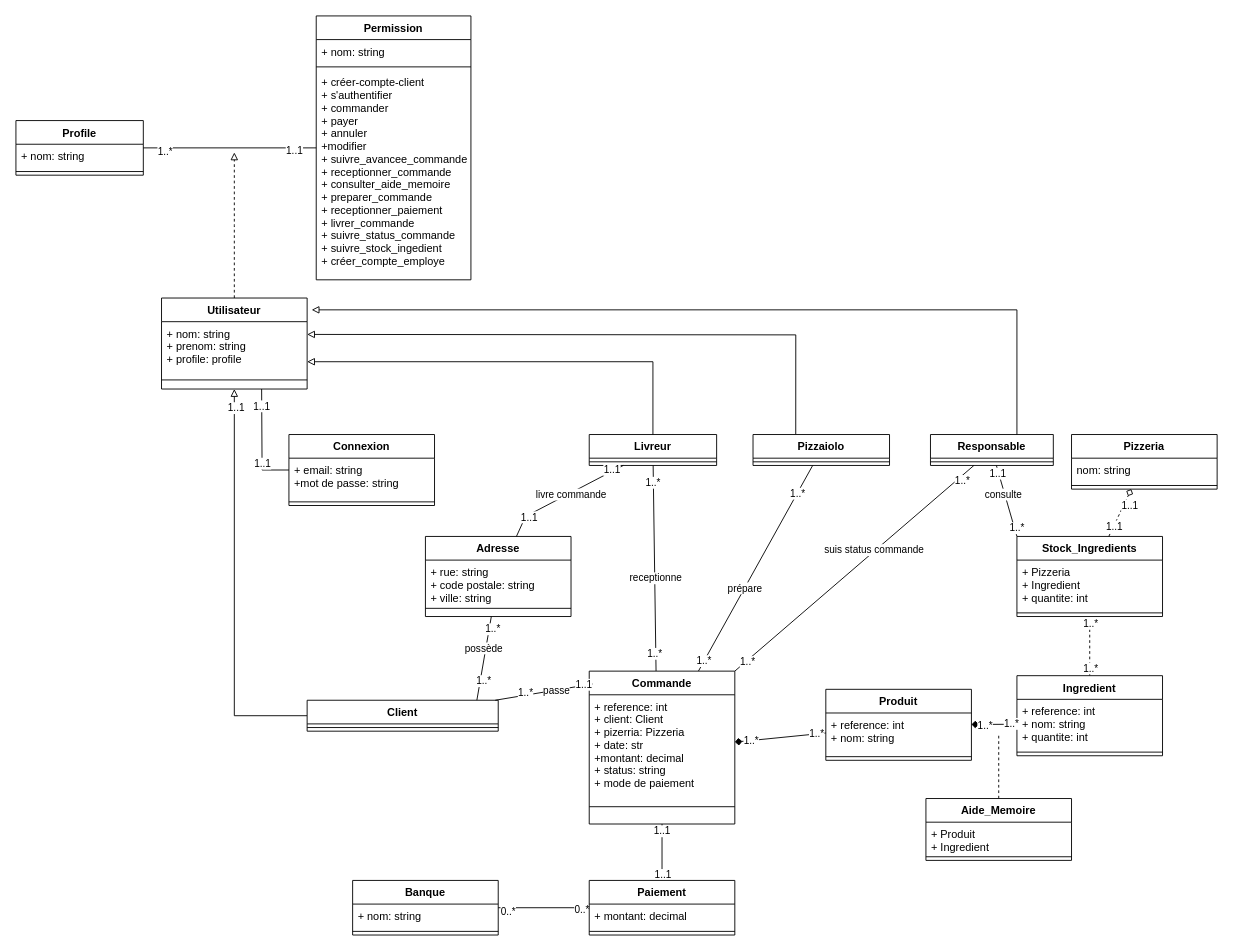
The draw.io diagram documentation/diagrameDeClasses1.drawio in jbbaillet85/OCpizzas, before the edit. Source tidied: cells renumbered, new cells numbered last; positions are measured from the earlier drawing's top-left corner, leaving out a move shared by most shapes. Both pictures are drawn from the tidied source at 91%, with x=0, y=0 at pixel (15, 15).
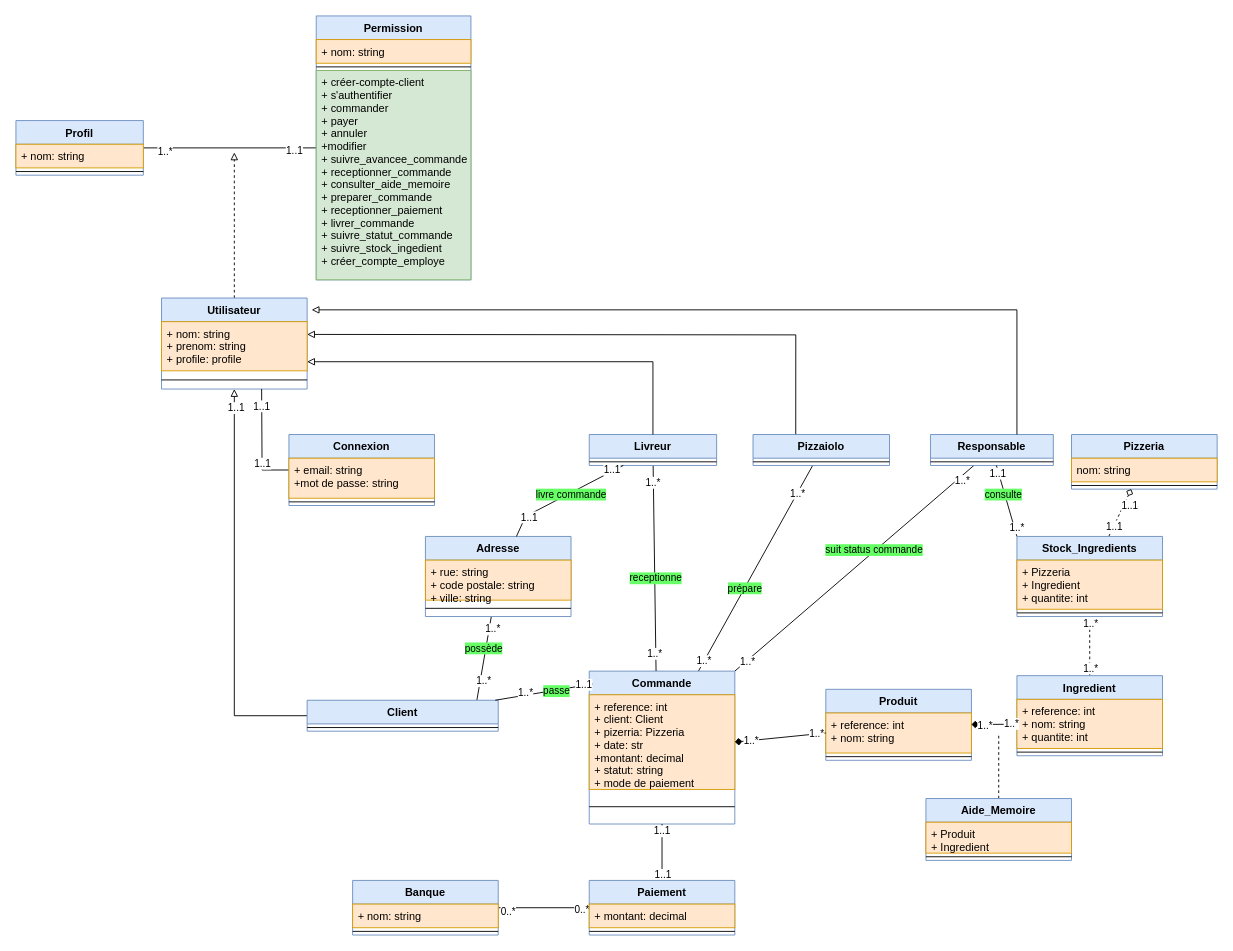
The same diagram, later.

The change refers to these unchanged cells:
```xml
<mxCell id="8" style="edgeStyle=none;rounded=0;jettySize=auto;html=1;exitX=0.888;exitY=0.008;exitDx=0;exitDy=0;endArrow=none;endFill=0;exitPerimeter=0;" parent="1" edge="1" source="12" target="14">
  <mxGeometry relative="1" as="geometry" />
</mxCell>
<mxCell id="17" style="edgeStyle=none;rounded=0;jettySize=auto;html=1;exitX=0.75;exitY=0;exitDx=0;exitDy=0;endArrow=none;endFill=0;" parent="1" edge="1" source="25" target="56">
  <mxGeometry relative="1" as="geometry" />
</mxCell>
<mxCell id="21" style="edgeStyle=none;rounded=0;jettySize=auto;html=1;exitX=1;exitY=0;exitDx=0;exitDy=0;endArrow=none;endFill=0;" parent="1" edge="1" source="25" target="58">
  <mxGeometry relative="1" as="geometry" />
</mxCell>
<mxCell id="50" style="edgeStyle=none;rounded=0;jettySize=auto;html=1;entryX=0.459;entryY=-0.001;entryDx=0;entryDy=0;entryPerimeter=0;endArrow=none;endFill=0;" parent="1" edge="1" source="54" target="25">
  <mxGeometry relative="1" as="geometry" />
</mxCell>
<mxCell id="63" style="edgeStyle=none;rounded=0;jettySize=auto;html=1;exitX=0;exitY=0;exitDx=0;exitDy=0;endArrow=none;endFill=0;" parent="1" edge="1" source="67" target="58">
  <mxGeometry relative="1" as="geometry" />
</mxCell>
<mxCell id="82" style="edgeStyle=none;rounded=0;jettySize=auto;html=1;entryX=0.024;entryY=0.084;entryDx=0;entryDy=0;entryPerimeter=0;endArrow=none;endFill=0;" parent="1" edge="1" source="12" target="25">
  <mxGeometry relative="1" as="geometry" />
</mxCell>
<mxCell id="86" style="edgeStyle=none;rounded=0;jettySize=auto;html=1;endArrow=none;endFill=0;" parent="1" edge="1" source="54" target="14">
  <mxGeometry relative="1" as="geometry">
    <Array as="points">
      <mxPoint x="560" y="550" />
    </Array>
  </mxGeometry>
</mxCell>
```

What changed in the source:
```diff
@@
-    <mxCell id="5" value="Utilisateur" style="swimlane;fontStyle=1;align=center;verticalAlign=top;horizontal=1;startSize=26;" parent="1" vertex="1">
+    <mxCell id="5" value="Utilisateur" style="swimlane;fontStyle=1;align=center;verticalAlign=top;horizontal=1;startSize=26;fillColor=#dae8fc;strokeColor=#6c8ebf;" parent="1" vertex="1">
       <mxGeometry x="160" y="310" width="160" height="100" as="geometry" />
     </mxCell>
-    <mxCell id="6" value="+ nom: string&#10;+ prenom: string&#10;+ profile: profile" style="text;strokeColor=none;fillColor=none;align=left;verticalAlign=top;spacingLeft=4;spacingRight=4;overflow=hidden;" parent="5" vertex="1">
+    <mxCell id="6" value="+ nom: string&#10;+ prenom: string&#10;+ profile: profile" style="text;strokeColor=#d79b00;fillColor=#ffe6cc;align=left;verticalAlign=top;spacingLeft=4;spacingRight=4;overflow=hidden;" parent="5" vertex="1">
       <mxGeometry y="26" width="160" height="54" as="geometry" />
     </mxCell>
@@
-    <mxCell id="11" value="possède" style="edgeLabel;html=1;align=center;verticalAlign=middle;" parent="8" vertex="1">
+    <mxCell id="11" value="possède" style="edgeLabel;html=1;align=center;verticalAlign=middle;labelBackgroundColor=#66FF66;" parent="8" vertex="1">
       <mxGeometry x="0.23" y="3" relative="1" as="geometry" />
     </mxCell>
-    <mxCell id="12" value="Client" style="swimlane;fontStyle=1;align=center;verticalAlign=top;horizontal=1;startSize=26;" parent="1" vertex="1">
+    <mxCell id="12" value="Client" style="swimlane;fontStyle=1;align=center;verticalAlign=top;horizontal=1;startSize=26;fillColor=#dae8fc;strokeColor=#6c8ebf;" parent="1" vertex="1">
       <mxGeometry x="320" y="752" width="210" height="34" as="geometry" />
     </mxCell>
@@
-    <mxCell id="14" value="Adresse" style="swimlane;fontStyle=1;align=center;verticalAlign=top;horizontal=1;startSize=26;" parent="1" vertex="1">
+    <mxCell id="14" value="Adresse" style="swimlane;fontStyle=1;align=center;verticalAlign=top;horizontal=1;startSize=26;fillColor=#dae8fc;strokeColor=#6c8ebf;" parent="1" vertex="1">
       <mxGeometry x="450" y="572" width="160" height="88" as="geometry" />
     </mxCell>
-    <mxCell id="15" value="+ rue: string&#10;+ code postale: string&#10;+ ville: string" style="text;strokeColor=none;fillColor=none;align=left;verticalAlign=top;spacingLeft=4;spacingRight=4;overflow=hidden;" parent="14" vertex="1">
+    <mxCell id="15" value="+ rue: string&#10;+ code postale: string&#10;+ ville: string" style="text;strokeColor=#d79b00;fillColor=#ffe6cc;align=left;verticalAlign=top;spacingLeft=4;spacingRight=4;overflow=hidden;" parent="14" vertex="1">
       <mxGeometry y="26" width="160" height="44" as="geometry" />
     </mxCell>
@@
-    <mxCell id="20" value="prépare" style="edgeLabel;html=1;align=center;verticalAlign=middle;" parent="17" vertex="1">
+    <mxCell id="20" value="prépare" style="edgeLabel;html=1;align=center;verticalAlign=middle;labelBackgroundColor=#66FF66;" parent="17" vertex="1">
       <mxGeometry x="-0.19" relative="1" as="geometry" />
     </mxCell>
@@
-    <mxCell id="24" value="suis status commande" style="edgeLabel;html=1;align=center;verticalAlign=middle;" parent="21" vertex="1">
+    <mxCell id="24" value="suit status commande" style="edgeLabel;html=1;align=center;verticalAlign=middle;labelBackgroundColor=#66FF66;" parent="21" vertex="1">
       <mxGeometry x="0.17" y="2" relative="1" as="geometry" />
     </mxCell>
-    <mxCell id="25" value="Commande" style="swimlane;fontStyle=1;align=center;verticalAlign=top;horizontal=1;startSize=26;" parent="1" vertex="1">
+    <mxCell id="25" value="Commande" style="swimlane;fontStyle=1;align=center;verticalAlign=top;horizontal=1;startSize=26;fillColor=#dae8fc;strokeColor=#6c8ebf;" parent="1" vertex="1">
       <mxGeometry x="630" y="720" width="160" height="168" as="geometry" />
     </mxCell>
-    <mxCell id="26" value="+ reference: int&#10;+ client: Client&#10;+ pizerria: Pizzeria&#10;+ date: str&#10;+montant: decimal&#10;+ status: string&#10;+ mode de paiement" style="text;strokeColor=none;fillColor=none;align=left;verticalAlign=top;spacingLeft=4;spacingRight=4;overflow=hidden;points=[[0,0.5],[1,0.5]];portConstraint=eastwest;" parent="25" vertex="1">
+    <mxCell id="26" value="+ reference: int&#10;+ client: Client&#10;+ pizerria: Pizzeria&#10;+ date: str&#10;+montant: decimal&#10;+ statut: string&#10;+ mode de paiement" style="text;strokeColor=#d79b00;fillColor=#ffe6cc;align=left;verticalAlign=top;spacingLeft=4;spacingRight=4;overflow=hidden;points=[[0,0.5],[1,0.5]];portConstraint=eastwest;" parent="25" vertex="1">
       <mxGeometry y="26" width="160" height="104" as="geometry" />
     </mxCell>
@@
-    <mxCell id="28" value="Produit" style="swimlane;fontStyle=1;align=center;verticalAlign=top;horizontal=1;startSize=26;" parent="1" vertex="1">
+    <mxCell id="28" value="Produit" style="swimlane;fontStyle=1;align=center;verticalAlign=top;horizontal=1;startSize=26;fillColor=#dae8fc;strokeColor=#6c8ebf;" parent="1" vertex="1">
       <mxGeometry x="890" y="740" width="160" height="78" as="geometry" />
     </mxCell>
-    <mxCell id="29" value="+ reference: int&#10;+ nom: string" style="text;strokeColor=none;fillColor=none;align=left;verticalAlign=top;spacingLeft=4;spacingRight=4;overflow=hidden;points=[[0,0.5],[1,0.5]];portConstraint=eastwest;" parent="28" vertex="1">
+    <mxCell id="29" value="+ reference: int&#10;+ nom: string" style="text;strokeColor=#d79b00;fillColor=#ffe6cc;align=left;verticalAlign=top;spacingLeft=4;spacingRight=4;overflow=hidden;points=[[0,0.5],[1,0.5]];portConstraint=eastwest;" parent="28" vertex="1">
       <mxGeometry y="26" width="160" height="44" as="geometry" />
     </mxCell>
@@
-    <mxCell id="31" value="Pizzeria" style="swimlane;fontStyle=1;align=center;verticalAlign=top;horizontal=1;startSize=26;" parent="1" vertex="1">
+    <mxCell id="31" value="Pizzeria" style="swimlane;fontStyle=1;align=center;verticalAlign=top;horizontal=1;startSize=26;fillColor=#dae8fc;strokeColor=#6c8ebf;" parent="1" vertex="1">
       <mxGeometry x="1160" y="460" width="160" height="60" as="geometry" />
     </mxCell>
-    <mxCell id="32" value="nom: string" style="text;strokeColor=none;fillColor=none;align=left;verticalAlign=top;spacingLeft=4;spacingRight=4;overflow=hidden;" parent="31" vertex="1">
+    <mxCell id="32" value="nom: string" style="text;strokeColor=#d79b00;fillColor=#ffe6cc;align=left;verticalAlign=top;spacingLeft=4;spacingRight=4;overflow=hidden;" parent="31" vertex="1">
       <mxGeometry y="26" width="160" height="26" as="geometry" />
     </mxCell>
@@
-    <mxCell id="37" value="Ingredient" style="swimlane;fontStyle=1;align=center;verticalAlign=top;horizontal=1;startSize=26;" parent="1" vertex="1">
+    <mxCell id="37" value="Ingredient" style="swimlane;fontStyle=1;align=center;verticalAlign=top;horizontal=1;startSize=26;fillColor=#dae8fc;strokeColor=#6c8ebf;" parent="1" vertex="1">
       <mxGeometry x="1100" y="725" width="160" height="88" as="geometry" />
     </mxCell>
-    <mxCell id="38" value="+ reference: int&#10;+ nom: string&#10;+ quantite: int" style="text;strokeColor=none;fillColor=none;align=left;verticalAlign=top;spacingLeft=4;spacingRight=4;overflow=hidden;points=[[0,0.5],[1,0.5]];portConstraint=eastwest;" parent="37" vertex="1">
+    <mxCell id="38" value="+ reference: int&#10;+ nom: string&#10;+ quantite: int" style="text;strokeColor=#d79b00;fillColor=#ffe6cc;align=left;verticalAlign=top;spacingLeft=4;spacingRight=4;overflow=hidden;points=[[0,0.5],[1,0.5]];portConstraint=eastwest;" parent="37" vertex="1">
       <mxGeometry y="26" width="160" height="54" as="geometry" />
     </mxCell>
@@
-    <mxCell id="41" value="Aide_Memoire" style="swimlane;fontStyle=1;align=center;verticalAlign=top;horizontal=1;startSize=26;" parent="1" vertex="1">
+    <mxCell id="41" value="Aide_Memoire" style="swimlane;fontStyle=1;align=center;verticalAlign=top;horizontal=1;startSize=26;fillColor=#dae8fc;strokeColor=#6c8ebf;" parent="1" vertex="1">
       <mxGeometry x="1000" y="860" width="160" height="68" as="geometry" />
     </mxCell>
-    <mxCell id="42" value="+ Produit&#10;+ Ingredient" style="text;strokeColor=none;fillColor=none;align=left;verticalAlign=top;spacingLeft=4;spacingRight=4;overflow=hidden;" parent="41" vertex="1">
+    <mxCell id="42" value="+ Produit&#10;+ Ingredient" style="text;strokeColor=#d79b00;fillColor=#ffe6cc;align=left;verticalAlign=top;spacingLeft=4;spacingRight=4;overflow=hidden;" parent="41" vertex="1">
       <mxGeometry y="26" width="160" height="34" as="geometry" />
     </mxCell>
@@
-    <mxCell id="47" value="Banque" style="swimlane;fontStyle=1;align=center;verticalAlign=top;horizontal=1;startSize=26;" parent="1" vertex="1">
+    <mxCell id="47" value="Banque" style="swimlane;fontStyle=1;align=center;verticalAlign=top;horizontal=1;startSize=26;fillColor=#dae8fc;strokeColor=#6c8ebf;" parent="1" vertex="1">
       <mxGeometry x="370" y="950" width="160" height="60" as="geometry" />
     </mxCell>
-    <mxCell id="48" value="+ nom: string" style="text;strokeColor=none;fillColor=none;align=left;verticalAlign=top;spacingLeft=4;spacingRight=4;overflow=hidden;" parent="47" vertex="1">
+    <mxCell id="48" value="+ nom: string" style="text;strokeColor=#d79b00;fillColor=#ffe6cc;align=left;verticalAlign=top;spacingLeft=4;spacingRight=4;overflow=hidden;" parent="47" vertex="1">
       <mxGeometry y="26" width="160" height="26" as="geometry" />
     </mxCell>
@@
-    <mxCell id="52" value="receptionne" style="edgeLabel;html=1;align=center;verticalAlign=middle;" parent="50" vertex="1">
+    <mxCell id="52" value="receptionne" style="edgeLabel;html=1;align=center;verticalAlign=middle;labelBackgroundColor=#66FF66;" parent="50" vertex="1">
       <mxGeometry x="0.1" y="1" relative="1" as="geometry" />
     </mxCell>
@@
-    <mxCell id="54" value="Livreur" style="swimlane;fontStyle=1;align=center;verticalAlign=top;horizontal=1;startSize=26;" parent="1" vertex="1">
+    <mxCell id="54" value="Livreur" style="swimlane;fontStyle=1;align=center;verticalAlign=top;horizontal=1;startSize=26;fillColor=#dae8fc;strokeColor=#6c8ebf;" parent="1" vertex="1">
       <mxGeometry x="630" y="460" width="140" height="34" as="geometry" />
     </mxCell>
@@
-    <mxCell id="56" value="Pizzaiolo" style="swimlane;fontStyle=1;align=center;verticalAlign=top;horizontal=1;startSize=26;" parent="1" vertex="1">
+    <mxCell id="56" value="Pizzaiolo" style="swimlane;fontStyle=1;align=center;verticalAlign=top;horizontal=1;startSize=26;fillColor=#dae8fc;strokeColor=#6c8ebf;" parent="1" vertex="1">
       <mxGeometry x="810" y="460" width="150" height="34" as="geometry" />
     </mxCell>
@@
-    <mxCell id="58" value="Responsable" style="swimlane;fontStyle=1;align=center;verticalAlign=top;horizontal=1;startSize=26;" parent="1" vertex="1">
+    <mxCell id="58" value="Responsable" style="swimlane;fontStyle=1;align=center;verticalAlign=top;horizontal=1;startSize=26;fillColor=#dae8fc;strokeColor=#6c8ebf;" parent="1" vertex="1">
       <mxGeometry x="1005" y="460" width="135" height="34" as="geometry" />
     </mxCell>
@@
-    <mxCell id="66" value="consulte" style="edgeLabel;html=1;align=center;verticalAlign=middle;" parent="63" vertex="1">
+    <mxCell id="66" value="consulte" style="edgeLabel;html=1;align=center;verticalAlign=middle;labelBackgroundColor=#66FF66;" parent="63" vertex="1">
       <mxGeometry x="0.21" y="2" relative="1" as="geometry" />
     </mxCell>
-    <mxCell id="67" value="Stock_Ingredients" style="swimlane;fontStyle=1;align=center;verticalAlign=top;horizontal=1;startSize=26;" parent="1" vertex="1">
+    <mxCell id="67" value="Stock_Ingredients" style="swimlane;fontStyle=1;align=center;verticalAlign=top;horizontal=1;startSize=26;fillColor=#dae8fc;strokeColor=#6c8ebf;" parent="1" vertex="1">
       <mxGeometry x="1100" y="572" width="160" height="88" as="geometry" />
     </mxCell>
-    <mxCell id="68" value="+ Pizzeria&#10;+ Ingredient&#10;+ quantite: int" style="text;strokeColor=none;fillColor=none;align=left;verticalAlign=top;spacingLeft=4;spacingRight=4;overflow=hidden;" parent="67" vertex="1">
+    <mxCell id="68" value="+ Pizzeria&#10;+ Ingredient&#10;+ quantite: int" style="text;strokeColor=#d79b00;fillColor=#ffe6cc;align=left;verticalAlign=top;spacingLeft=4;spacingRight=4;overflow=hidden;" parent="67" vertex="1">
       <mxGeometry y="26" width="160" height="54" as="geometry" />
     </mxCell>
@@
-    <mxCell id="73" value="Paiement" style="swimlane;fontStyle=1;align=center;verticalAlign=top;horizontal=1;startSize=26;" parent="1" vertex="1">
+    <mxCell id="73" value="Paiement" style="swimlane;fontStyle=1;align=center;verticalAlign=top;horizontal=1;startSize=26;fillColor=#dae8fc;strokeColor=#6c8ebf;" parent="1" vertex="1">
       <mxGeometry x="630" y="950" width="160" height="60" as="geometry" />
     </mxCell>
-    <mxCell id="74" value="+ montant: decimal" style="text;strokeColor=none;fillColor=none;align=left;verticalAlign=top;spacingLeft=4;spacingRight=4;overflow=hidden;" parent="73" vertex="1">
+    <mxCell id="74" value="+ montant: decimal" style="text;strokeColor=#d79b00;fillColor=#ffe6cc;align=left;verticalAlign=top;spacingLeft=4;spacingRight=4;overflow=hidden;" parent="73" vertex="1">
       <mxGeometry y="26" width="160" height="26" as="geometry" />
     </mxCell>
@@
-    <mxCell id="85" value="passe" style="edgeLabel;html=1;align=center;verticalAlign=middle;" parent="82" vertex="1">
+    <mxCell id="85" value="passe" style="edgeLabel;html=1;align=center;verticalAlign=middle;labelBackgroundColor=#66FF66;" parent="82" vertex="1">
       <mxGeometry x="0.24" y="-1" relative="1" as="geometry" />
     </mxCell>
@@
-    <mxCell id="89" value="livre commande" style="edgeLabel;html=1;align=center;verticalAlign=middle;" parent="86" vertex="1">
+    <mxCell id="89" value="livre commande" style="edgeLabel;html=1;align=center;verticalAlign=middle;labelBackgroundColor=#66FF66;" parent="86" vertex="1">
       <mxGeometry x="-0.09" y="1" relative="1" as="geometry" />
     </mxCell>
@@
-    <mxCell id="93" value="Connexion" style="swimlane;fontStyle=1;align=center;verticalAlign=top;horizontal=1;startSize=26;" parent="1" vertex="1">
+    <mxCell id="93" value="Connexion" style="swimlane;fontStyle=1;align=center;verticalAlign=top;horizontal=1;startSize=26;fillColor=#dae8fc;strokeColor=#6c8ebf;" parent="1" vertex="1">
       <mxGeometry x="300" y="460" width="160" height="78" as="geometry" />
     </mxCell>
-    <mxCell id="94" value="+ email: string&#10;+mot de passe: string" style="text;strokeColor=none;fillColor=none;align=left;verticalAlign=top;spacingLeft=4;spacingRight=4;overflow=hidden;" parent="93" vertex="1">
+    <mxCell id="94" value="+ email: string&#10;+mot de passe: string" style="text;strokeColor=#d79b00;fillColor=#ffe6cc;align=left;verticalAlign=top;spacingLeft=4;spacingRight=4;overflow=hidden;" parent="93" vertex="1">
       <mxGeometry y="26" width="160" height="44" as="geometry" />
     </mxCell>
@@
-    <mxCell id="99" value="Profile" style="swimlane;fontStyle=1;align=center;verticalAlign=top;horizontal=1;startSize=26;" parent="1" vertex="1">
+    <mxCell id="99" value="Profil" style="swimlane;fontStyle=1;align=center;verticalAlign=top;horizontal=1;startSize=26;fillColor=#dae8fc;strokeColor=#6c8ebf;" parent="1" vertex="1">
       <mxGeometry y="115" width="140" height="60" as="geometry" />
     </mxCell>
-    <mxCell id="100" value="+ nom: string" style="text;strokeColor=none;fillColor=none;align=left;verticalAlign=top;spacingLeft=4;spacingRight=4;overflow=hidden;" parent="99" vertex="1">
+    <mxCell id="100" value="+ nom: string" style="text;strokeColor=#d79b00;fillColor=#ffe6cc;align=left;verticalAlign=top;spacingLeft=4;spacingRight=4;overflow=hidden;" parent="99" vertex="1">
       <mxGeometry y="26" width="140" height="26" as="geometry" />
     </mxCell>
@@
-    <mxCell id="102" value="Permission" style="swimlane;fontStyle=1;align=center;verticalAlign=top;horizontal=1;startSize=26;" parent="1" vertex="1">
+    <mxCell id="102" value="Permission" style="swimlane;fontStyle=1;align=center;verticalAlign=top;horizontal=1;startSize=26;fillColor=#dae8fc;strokeColor=#6c8ebf;" parent="1" vertex="1">
       <mxGeometry x="330" width="170" height="290" as="geometry" />
     </mxCell>
-    <mxCell id="103" value="+ nom: string" style="text;strokeColor=none;fillColor=none;align=left;verticalAlign=top;spacingLeft=4;spacingRight=4;overflow=hidden;" parent="102" vertex="1">
+    <mxCell id="103" value="+ nom: string" style="text;strokeColor=#d79b00;fillColor=#ffe6cc;align=left;verticalAlign=top;spacingLeft=4;spacingRight=4;overflow=hidden;" parent="102" vertex="1">
       <mxGeometry y="26" width="170" height="26" as="geometry" />
     </mxCell>
@@
-    <mxCell id="105" value="+ créer-compte-client&#10;+ s'authentifier&#10;+ commander&#10;+ payer&#10;+ annuler&#10;+modifier&#10;+ suivre_avancee_commande&#10;+ receptionner_commande&#10;+ consulter_aide_memoire&#10;+ preparer_commande&#10;+ receptionner_paiement&#10;+ livrer_commande&#10;+ suivre_status_commande&#10;+ suivre_stock_ingedient&#10;+ créer_compte_employe" style="text;strokeColor=none;fillColor=none;align=left;verticalAlign=top;spacingLeft=4;spacingRight=4;overflow=hidden;" parent="102" vertex="1">
+    <mxCell id="105" value="+ créer-compte-client&#10;+ s'authentifier&#10;+ commander&#10;+ payer&#10;+ annuler&#10;+modifier&#10;+ suivre_avancee_commande&#10;+ receptionner_commande&#10;+ consulter_aide_memoire&#10;+ preparer_commande&#10;+ receptionner_paiement&#10;+ livrer_commande&#10;+ suivre_statut_commande&#10;+ suivre_stock_ingedient&#10;+ créer_compte_employe" style="text;strokeColor=#82b366;fillColor=#d5e8d4;align=left;verticalAlign=top;spacingLeft=4;spacingRight=4;overflow=hidden;" parent="102" vertex="1">
       <mxGeometry y="60" width="170" height="230" as="geometry" />
     </mxCell>
```
